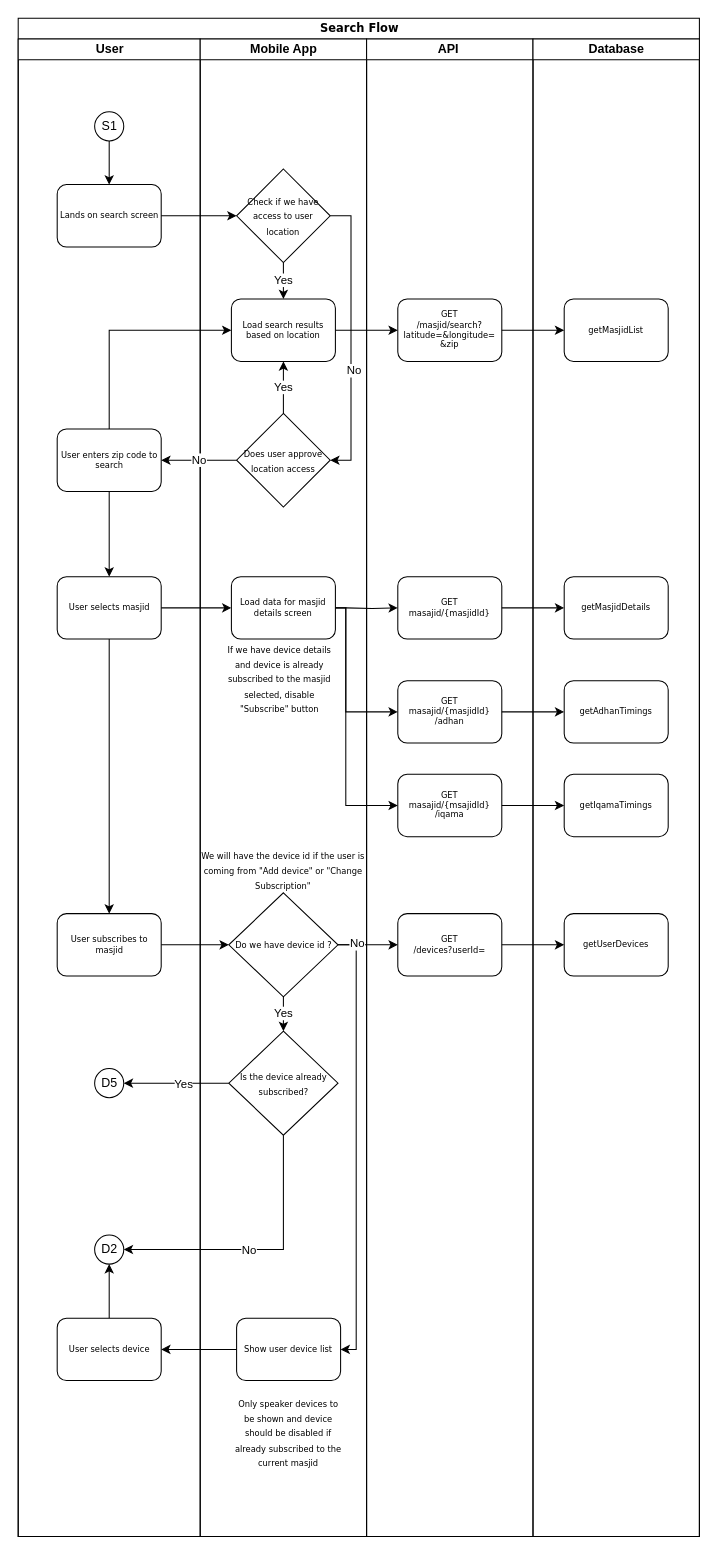
eSpark-Backup/smart-masjid-app keeps this draw.io diagram as page "Search Flow" (6 of 9) of src/docs/Smart Masjid Process Flows.drawio. Above is the earlier version. Source tidied: cells renumbered, new cells numbered last; positions are measured from the earlier drawing's top-left corner, leaving out a move shared by most shapes. Both pictures are drawn from the tidied source at 104%, with x=0, y=0 at pixel (18, 18).
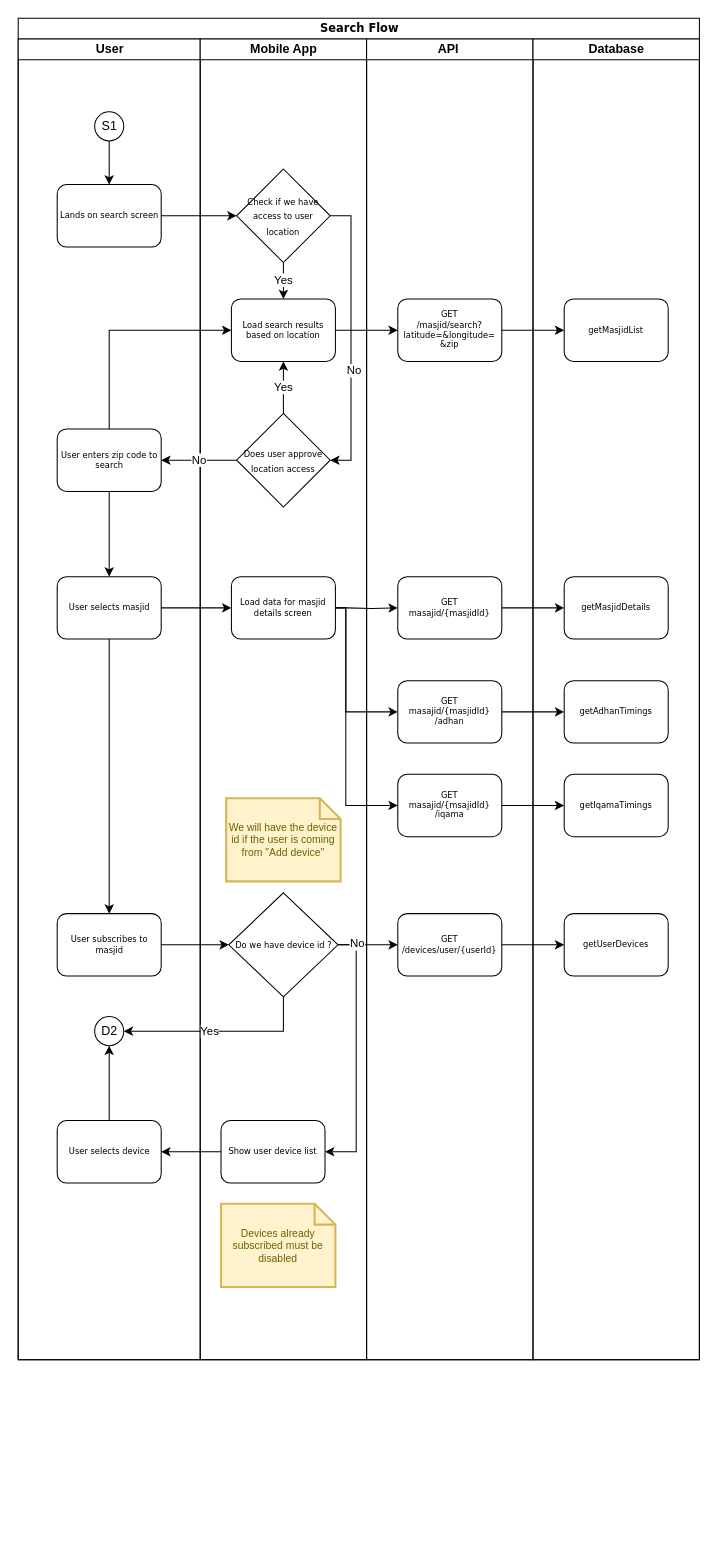
After the change.

The change refers to these unchanged cells:
```xml
<mxCell id="25" value="&lt;font face=&quot;Verdana&quot;&gt;&lt;span style=&quot;font-size: 8px&quot;&gt;Do we have device id ?&lt;/span&gt;&lt;/font&gt;" style="rhombus;whiteSpace=wrap;html=1;" parent="16" vertex="1">
  <mxGeometry x="27.5" y="821" width="105" height="100" as="geometry" />
</mxCell>
```

Diff of the diagram source:
```diff
@@
     <mxCell id="2" value="&lt;font style=&quot;font-size: 11px&quot;&gt;Search Flow&lt;/font&gt;" style="swimlane;html=1;startSize=20;rounded=0;shadow=0;labelBackgroundColor=none;strokeWidth=1;fontFamily=Verdana;fontSize=8;align=center;" parent="1" vertex="1">
-      <mxGeometry width="655" height="1460" as="geometry" />
+      <mxGeometry width="655" height="1290" as="geometry" />
     </mxCell>
     <mxCell id="3" value="User" style="swimlane;html=1;startSize=20;" parent="2" vertex="1">
-      <mxGeometry y="20" width="175" height="1440" as="geometry" />
+      <mxGeometry y="20" width="175" height="1270" as="geometry" />
     </mxCell>
@@
-    <mxCell id="10" value="D2" style="ellipse;whiteSpace=wrap;html=1;" parent="3" vertex="1">
-      <mxGeometry x="73.5" y="1150" width="28" height="28" as="geometry" />
-    </mxCell>
-    <mxCell id="11" style="edgeStyle=orthogonalEdgeStyle;rounded=0;jettySize=auto;html=1;entryX=0.5;entryY=1;entryDx=0;entryDy=0;" parent="3" edge="1" source="12" target="10">
-      <mxGeometry relative="1" as="geometry" />
-    </mxCell>
+    <mxCell id="67" style="edgeStyle=orthogonalEdgeStyle;rounded=0;jettySize=auto;html=1;entryX=0.5;entryY=1;entryDx=0;entryDy=0;fontSize=10;startArrow=none;startFill=0;endArrow=classic;endFill=1;" parent="3" edge="1" source="12" target="15">
+      <mxGeometry relative="1" as="geometry" />
+    </mxCell>
     <mxCell id="12" value="User selects device" style="rounded=1;whiteSpace=wrap;html=1;shadow=0;labelBackgroundColor=none;strokeWidth=1;fontFamily=Verdana;fontSize=8;align=center;" parent="3" vertex="1">
-      <mxGeometry x="37.5" y="1230" width="100" height="60" as="geometry" />
+      <mxGeometry x="37.5" y="1040" width="100" height="60" as="geometry" />
     </mxCell>
@@
-    <mxCell id="15" value="D5" style="ellipse;whiteSpace=wrap;html=1;" parent="3" vertex="1">
-      <mxGeometry x="73.5" y="990" width="28" height="28" as="geometry" />
+    <mxCell id="15" value="D2" style="ellipse;whiteSpace=wrap;html=1;" parent="3" vertex="1">
+      <mxGeometry x="73.5" y="940" width="28" height="28" as="geometry" />
     </mxCell>
     <mxCell id="16" value="Mobile App" style="swimlane;html=1;startSize=20;" parent="2" vertex="1">
-      <mxGeometry x="175" y="20" width="160" height="1440" as="geometry" />
+      <mxGeometry x="175" y="20" width="160" height="1270" as="geometry" />
     </mxCell>
@@
-    <mxCell id="24" value="Yes" style="edgeStyle=orthogonalEdgeStyle;rounded=0;jettySize=auto;html=1;" parent="16" edge="1" source="25" target="27">
-      <mxGeometry relative="1" as="geometry" />
-    </mxCell>
@@
-    <mxCell id="26" value="&lt;font face=&quot;Verdana&quot; style=&quot;font-size: 8px;&quot;&gt;We will have the device id if the user is coming from &quot;Add device&quot; or &quot;Change Subscription&quot;&lt;/font&gt;" style="text;html=1;strokeColor=none;fillColor=none;align=center;verticalAlign=middle;whiteSpace=wrap;rounded=0;" parent="16" vertex="1">
-      <mxGeometry y="774" width="160" height="50" as="geometry" />
-    </mxCell>
-    <mxCell id="27" value="&lt;font face=&quot;Verdana&quot;&gt;&lt;span style=&quot;font-size: 8px&quot;&gt;Is the device already&lt;br&gt;subscribed?&lt;br&gt;&lt;/span&gt;&lt;/font&gt;" style="rhombus;whiteSpace=wrap;html=1;" parent="16" vertex="1">
-      <mxGeometry x="27.5" y="954" width="105" height="100" as="geometry" />
-    </mxCell>
-    <mxCell id="28" style="group;" parent="16" vertex="1">
-      <mxGeometry x="30" y="1230" width="110" height="160" as="geometry" />
-    </mxCell>
+    <mxCell id="34" style="edgeStyle=orthogonalEdgeStyle;rounded=0;jettySize=auto;html=1;entryX=1;entryY=0.5;entryDx=0;entryDy=0;exitX=1;exitY=0.5;exitDx=0;exitDy=0;" parent="16" edge="1" source="25" target="29">
+      <mxGeometry relative="1" as="geometry">
+        <Array as="points">
+          <mxPoint x="150" y="871" />
+          <mxPoint x="150" y="1070" />
+        </Array>
+      </mxGeometry>
+    </mxCell>
-    <mxCell id="29" value="Show user device list" style="rounded=1;whiteSpace=wrap;html=1;shadow=0;labelBackgroundColor=none;strokeWidth=1;fontFamily=Verdana;fontSize=8;align=center;" parent="28" vertex="1">
-      <mxGeometry x="5" width="100" height="60" as="geometry" />
+    <mxCell id="29" value="Show user device list" style="rounded=1;whiteSpace=wrap;html=1;shadow=0;labelBackgroundColor=none;strokeWidth=1;fontFamily=Verdana;fontSize=8;align=center;" parent="16" vertex="1">
+      <mxGeometry x="20" y="1040" width="100" height="60" as="geometry" />
     </mxCell>
-    <mxCell id="30" value="&lt;font face=&quot;Verdana&quot; style=&quot;font-size: 8px;&quot;&gt;Only speaker devices to be shown and device should be disabled if already subscribed to the current masjid&lt;/font&gt;" style="text;html=1;strokeColor=none;fillColor=none;align=center;verticalAlign=middle;whiteSpace=wrap;rounded=0;" parent="28" vertex="1">
-      <mxGeometry y="60" width="110" height="100" as="geometry" />
-    </mxCell>
-    <mxCell id="31" style="group;" parent="16" vertex="1">
-      <mxGeometry x="20" y="517" width="112.5" height="133" as="geometry" />
-    </mxCell>
+    <mxCell id="68" value="Devices already subscribed must be disabled" style="shape=note;strokeWidth=2;fontSize=10;size=20;whiteSpace=wrap;html=1;fillColor=#fff2cc;strokeColor=#d6b656;fontColor=#666600;shadow=0;sketch=0;" parent="16" vertex="1">
+      <mxGeometry x="20" y="1120" width="110" height="80" as="geometry" />
+    </mxCell>
-    <mxCell id="32" value="Load data for masjid details screen" style="rounded=1;whiteSpace=wrap;html=1;shadow=0;labelBackgroundColor=none;strokeWidth=1;fontFamily=Verdana;fontSize=8;align=center;" parent="31" vertex="1">
-      <mxGeometry x="10" width="100" height="60" as="geometry" />
+    <mxCell id="32" value="Load data for masjid details screen" style="rounded=1;whiteSpace=wrap;html=1;shadow=0;labelBackgroundColor=none;strokeWidth=1;fontFamily=Verdana;fontSize=8;align=center;" parent="16" vertex="1">
+      <mxGeometry x="30" y="517" width="100" height="60" as="geometry" />
     </mxCell>
-    <mxCell id="33" value="&lt;font face=&quot;Verdana&quot; style=&quot;font-size: 8px;&quot;&gt;If we have device details and device is already subscribed to the masjid selected, disable &quot;Subscribe&quot; button&lt;/font&gt;" style="text;html=1;strokeColor=none;fillColor=none;align=center;verticalAlign=middle;whiteSpace=wrap;rounded=0;" parent="31" vertex="1">
-      <mxGeometry y="63" width="112.5" height="70" as="geometry" />
-    </mxCell>
-    <mxCell id="34" style="edgeStyle=orthogonalEdgeStyle;rounded=0;jettySize=auto;html=1;entryX=1;entryY=0.5;entryDx=0;entryDy=0;exitX=1;exitY=0.5;exitDx=0;exitDy=0;" parent="16" edge="1" source="25" target="29">
-      <mxGeometry relative="1" as="geometry">
-        <Array as="points">
-          <mxPoint x="150" y="871" />
-          <mxPoint x="150" y="1260" />
-        </Array>
-      </mxGeometry>
-    </mxCell>
+    <mxCell id="69" value="We will have the device id if the user is coming from &quot;Add device&quot;" style="shape=note;strokeWidth=2;fontSize=10;size=20;whiteSpace=wrap;html=1;fillColor=#fff2cc;strokeColor=#d6b656;fontColor=#666600;shadow=0;sketch=0;" parent="16" vertex="1">
+      <mxGeometry x="25" y="730" width="110" height="80" as="geometry" />
+    </mxCell>
     <mxCell id="35" value="API&amp;nbsp;" style="swimlane;html=1;startSize=20;" parent="2" vertex="1">
-      <mxGeometry x="335" y="20" width="160" height="1440" as="geometry" />
+      <mxGeometry x="335" y="20" width="160" height="1270" as="geometry" />
     </mxCell>
@@
-    <mxCell id="38" value="GET&lt;br&gt;/devices?userId=" style="rounded=1;whiteSpace=wrap;html=1;shadow=0;labelBackgroundColor=none;strokeWidth=1;fontFamily=Verdana;fontSize=8;align=center;" parent="35" vertex="1">
+    <mxCell id="38" value="GET&lt;br&gt;/devices/user/{userId}" style="rounded=1;whiteSpace=wrap;html=1;shadow=0;labelBackgroundColor=none;strokeWidth=1;fontFamily=Verdana;fontSize=8;align=center;" parent="35" vertex="1">
       <mxGeometry x="30" y="841" width="100" height="60" as="geometry" />
     </mxCell>
@@
     <mxCell id="41" value="Database" style="swimlane;html=1;startSize=20;" parent="2" vertex="1">
-      <mxGeometry x="495" y="20" width="160" height="1440" as="geometry" />
+      <mxGeometry x="495" y="20" width="160" height="1270" as="geometry" />
     </mxCell>
@@
-    <mxCell id="63" style="edgeStyle=orthogonalEdgeStyle;rounded=0;jettySize=auto;html=1;entryX=1;entryY=0.5;entryDx=0;entryDy=0;exitX=0.5;exitY=1;exitDx=0;exitDy=0;" parent="2" edge="1" source="27" target="10">
-      <mxGeometry relative="1" as="geometry" />
-    </mxCell>
-    <mxCell id="64" value="No" style="edgeLabel;html=1;align=center;verticalAlign=middle;" parent="63" vertex="1">
-      <mxGeometry x="-0.02" y="3" relative="1" as="geometry">
-        <mxPoint x="-14.5" y="-3" as="offset" />
-      </mxGeometry>
-    </mxCell>
-    <mxCell id="65" style="edgeStyle=orthogonalEdgeStyle;rounded=0;jettySize=auto;html=1;entryX=1;entryY=0.5;entryDx=0;entryDy=0;" parent="2" edge="1" source="27" target="15">
-      <mxGeometry relative="1" as="geometry" />
-    </mxCell>
-    <mxCell id="66" value="Yes" style="edgeLabel;html=1;align=center;verticalAlign=middle;" parent="65" vertex="1">
-      <mxGeometry x="-0.1" y="2" relative="1" as="geometry">
-        <mxPoint x="1" y="-2" as="offset" />
-      </mxGeometry>
-    </mxCell>
+    <mxCell id="24" value="Yes" style="edgeStyle=orthogonalEdgeStyle;rounded=0;jettySize=auto;html=1;entryX=1;entryY=0.5;entryDx=0;entryDy=0;exitX=0.5;exitY=1;exitDx=0;exitDy=0;" parent="2" edge="1" source="25" target="15">
+      <mxGeometry x="0.12" relative="1" as="geometry" />
+    </mxCell>
```
